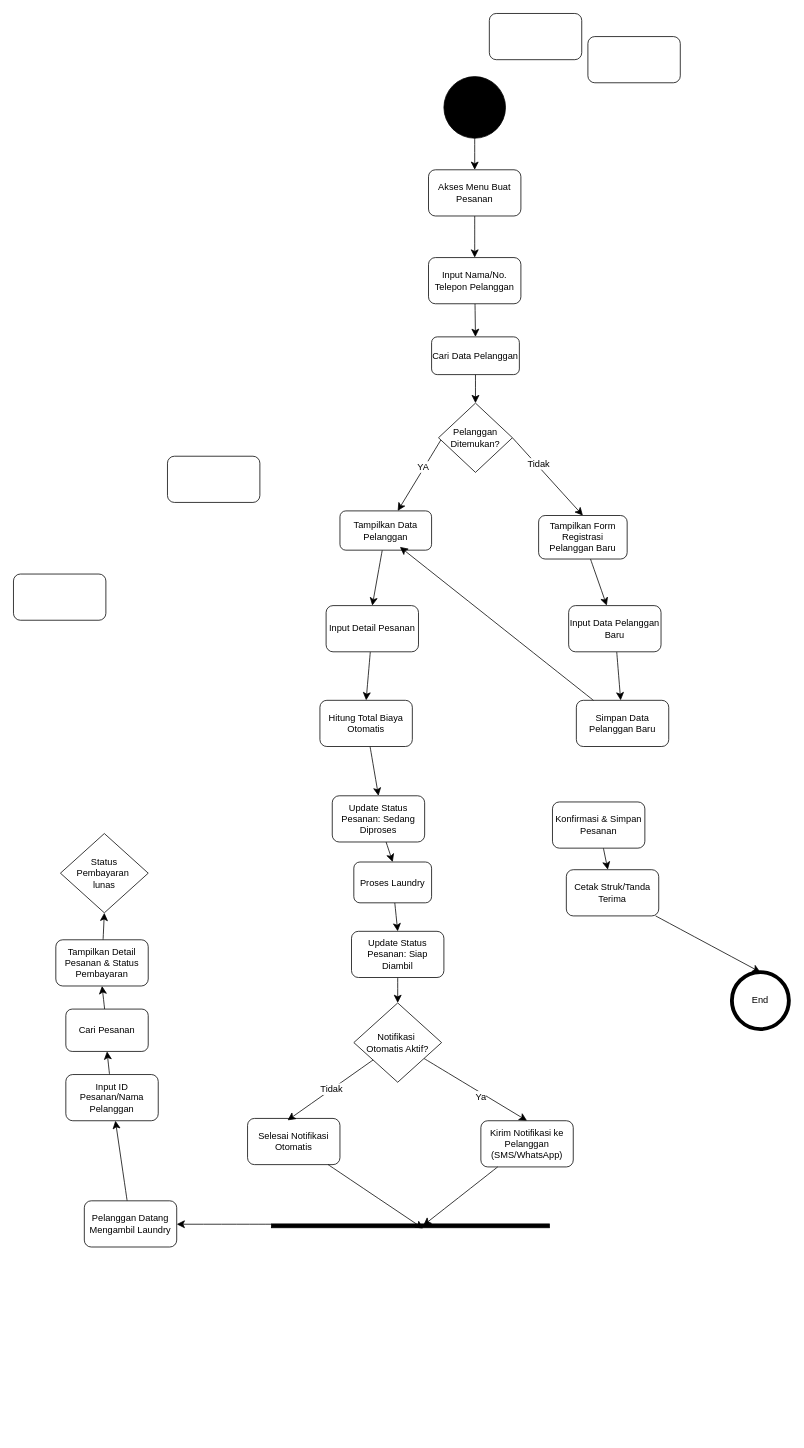
Earlier version of the draw.io diagram Uas SI.drawio (Rizkyhnkw/diagram). Source tidied: cells renumbered, new cells numbered last; positions are measured from the earlier drawing's top-left corner, leaving out a move shared by most shapes. Both pictures are drawn from the tidied source at 77%, with x=0, y=0 at pixel (13, 13).
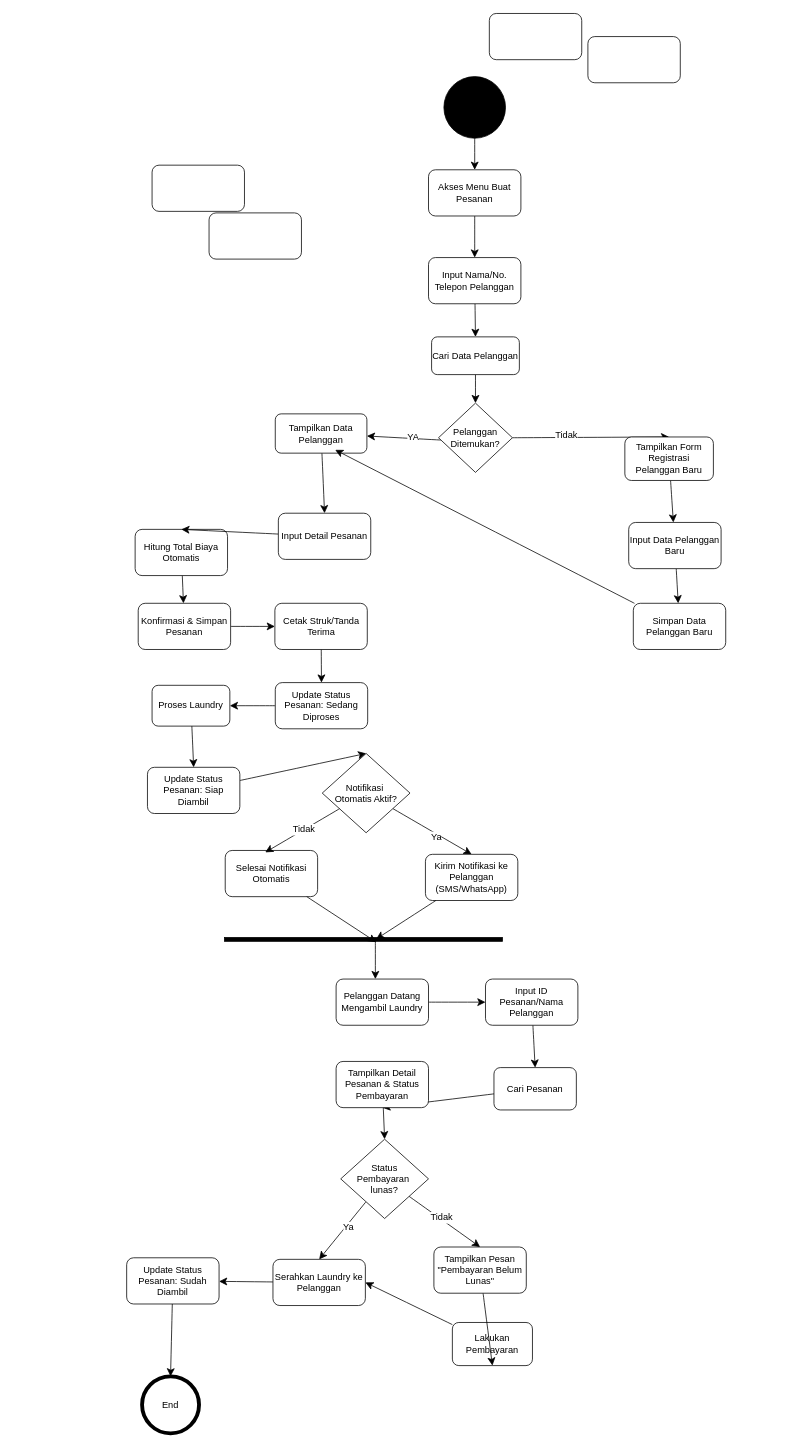
The same diagram, later.

Change to the diagram source:
```diff
@@
-    <mxCell id="4" style="edgeStyle=none;curved=1;rounded=0;jettySize=auto;html=1;entryX=0.5;entryY=0;entryDx=0;entryDy=0;fontSize=12;startSize=8;endSize=8;" parent="1" edge="1" source="5" target="41">
-      <mxGeometry relative="1" as="geometry" />
-    </mxCell>
+    <mxCell id="62" style="edgeStyle=none;curved=1;rounded=0;jettySize=auto;html=1;fontSize=12;startSize=8;endSize=8;" parent="1" edge="1" source="5" target="27">
+      <mxGeometry relative="1" as="geometry" />
+    </mxCell>
     <mxCell id="5" value="Hitung Total Biaya Otomatis" style="rounded=1;whiteSpace=wrap;html=1;" parent="1" vertex="1">
-      <mxGeometry x="398" y="892" width="120" height="60" as="geometry" />
+      <mxGeometry x="158" y="670" width="120" height="60" as="geometry" />
     </mxCell>
@@
     <mxCell id="9" value="Tampilkan Data Pelanggan" style="rounded=1;whiteSpace=wrap;html=1;" parent="1" vertex="1">
-      <mxGeometry x="424" y="646" width="119" height="51" as="geometry" />
+      <mxGeometry x="340" y="520" width="119" height="51" as="geometry" />
     </mxCell>
@@
     <mxCell id="23" value="&lt;div&gt;Notifikasi&amp;nbsp;&lt;/div&gt;&lt;div&gt;Otomatis Aktif?&lt;/div&gt;" style="rhombus;whiteSpace=wrap;html=1;" parent="1" vertex="1">
-      <mxGeometry x="442" y="1285" width="114" height="103" as="geometry" />
+      <mxGeometry x="401" y="961" width="114" height="103" as="geometry" />
     </mxCell>
@@
     <mxCell id="25" value="Tampilkan Form Registrasi Pelanggan Baru" style="rounded=1;whiteSpace=wrap;html=1;" parent="1" vertex="1">
-      <mxGeometry x="682" y="652" width="115" height="56.5" as="geometry" />
+      <mxGeometry x="794" y="550" width="115" height="56.5" as="geometry" />
     </mxCell>
-    <mxCell id="26" style="edgeStyle=none;curved=1;rounded=0;jettySize=auto;html=1;fontSize=12;startSize=8;endSize=8;" parent="1" edge="1" source="27" target="36">
+    <mxCell id="26" style="edgeStyle=none;curved=1;rounded=0;jettySize=auto;html=1;entryX=0;entryY=0.5;entryDx=0;entryDy=0;fontSize=12;startSize=8;endSize=8;" parent="1" edge="1" source="27" target="36">
       <mxGeometry relative="1" as="geometry" />
     </mxCell>
     <mxCell id="27" value=" Konfirmasi &amp;amp; Simpan Pesanan" style="rounded=1;whiteSpace=wrap;html=1;" parent="1" vertex="1">
-      <mxGeometry x="700" y="1024" width="120" height="60" as="geometry" />
+      <mxGeometry x="162" y="766" width="120" height="60" as="geometry" />
     </mxCell>
@@
     <mxCell id="29" value="Input Detail Pesanan" style="rounded=1;whiteSpace=wrap;html=1;" parent="1" vertex="1">
-      <mxGeometry x="406" y="769" width="120" height="60" as="geometry" />
+      <mxGeometry x="344" y="649" width="120" height="60" as="geometry" />
     </mxCell>
     <mxCell id="30" value="Simpan Data Pelanggan Baru" style="rounded=1;whiteSpace=wrap;html=1;" parent="1" vertex="1">
-      <mxGeometry x="731" y="892" width="120" height="60" as="geometry" />
+      <mxGeometry x="805" y="766" width="120" height="60" as="geometry" />
     </mxCell>
@@
     <mxCell id="32" value="Input Data Pelanggan Baru" style="rounded=1;whiteSpace=wrap;html=1;" parent="1" vertex="1">
-      <mxGeometry x="721" y="769" width="120" height="60" as="geometry" />
+      <mxGeometry x="799" y="661" width="120" height="60" as="geometry" />
     </mxCell>
@@
     <mxCell id="34" style="rounded=1;whiteSpace=wrap;html=1;" parent="1" vertex="1">
-      <mxGeometry x="200" y="575" width="120" height="60" as="geometry" />
+      <mxGeometry x="180" y="197" width="120" height="60" as="geometry" />
     </mxCell>
-    <mxCell id="35" style="edgeStyle=none;curved=1;rounded=0;jettySize=auto;html=1;entryX=0.5;entryY=0;entryDx=0;entryDy=0;fontSize=12;startSize=8;endSize=8;" parent="1" edge="1" source="36" target="37">
-      <mxGeometry relative="1" as="geometry" />
-    </mxCell>
+    <mxCell id="63" style="edgeStyle=none;curved=1;rounded=0;jettySize=auto;html=1;entryX=0.5;entryY=0;entryDx=0;entryDy=0;fontSize=12;startSize=8;endSize=8;" parent="1" edge="1" source="36" target="41">
+      <mxGeometry relative="1" as="geometry" />
+    </mxCell>
     <mxCell id="36" value="Cetak Struk/Tanda Terima" style="rounded=1;whiteSpace=wrap;html=1;" parent="1" vertex="1">
-      <mxGeometry x="718" y="1112" width="120" height="60" as="geometry" />
+      <mxGeometry x="339.5" y="766" width="120" height="60" as="geometry" />
     </mxCell>
     <mxCell id="37" value="End" style="shape=ellipse;html=1;dashed=0;whiteSpace=wrap;strokeWidth=5;perimeter=ellipsePerimeter;" parent="1" vertex="1">
-      <mxGeometry x="933" y="1245" width="74" height="74" as="geometry" />
+      <mxGeometry x="167" y="1770" width="74" height="74" as="geometry" />
     </mxCell>
@@
     <mxCell id="39" value="Proses Laundry" style="rounded=1;whiteSpace=wrap;html=1;" parent="1" vertex="1">
-      <mxGeometry x="442" y="1102" width="101" height="53" as="geometry" />
+      <mxGeometry x="180" y="872.5" width="101" height="53" as="geometry" />
     </mxCell>
-    <mxCell id="40" style="edgeStyle=none;curved=1;rounded=0;jettySize=auto;html=1;entryX=0.5;entryY=0;entryDx=0;entryDy=0;fontSize=12;startSize=8;endSize=8;" parent="1" edge="1" source="41" target="39">
+    <mxCell id="40" style="edgeStyle=none;curved=1;rounded=0;jettySize=auto;html=1;entryX=1;entryY=0.5;entryDx=0;entryDy=0;fontSize=12;startSize=8;endSize=8;" parent="1" edge="1" source="41" target="39">
       <mxGeometry relative="1" as="geometry" />
     </mxCell>
     <mxCell id="41" value="Update Status Pesanan: Sedang Diproses" style="rounded=1;whiteSpace=wrap;html=1;" parent="1" vertex="1">
-      <mxGeometry x="414" y="1016" width="120" height="60" as="geometry" />
+      <mxGeometry x="340" y="869" width="120" height="60" as="geometry" />
     </mxCell>
     <mxCell id="42" value="Kirim Notifikasi ke Pelanggan (SMS/WhatsApp)" style="rounded=1;whiteSpace=wrap;html=1;" parent="1" vertex="1">
-      <mxGeometry x="607" y="1438" width="120" height="60" as="geometry" />
+      <mxGeometry x="535" y="1092" width="120" height="60" as="geometry" />
     </mxCell>
     <mxCell id="43" value="Selesai Notifikasi Otomatis" style="rounded=1;whiteSpace=wrap;html=1;" parent="1" vertex="1">
-      <mxGeometry x="304" y="1435" width="120" height="60" as="geometry" />
+      <mxGeometry x="275" y="1087" width="120" height="60" as="geometry" />
     </mxCell>
@@
     <mxCell id="45" value="Cari Pesanan" style="rounded=1;whiteSpace=wrap;html=1;" parent="1" vertex="1">
-      <mxGeometry x="68" y="1293" width="107" height="55" as="geometry" />
+      <mxGeometry x="624" y="1369" width="107" height="55" as="geometry" />
     </mxCell>
@@
     <mxCell id="47" value="Update Status Pesanan: Siap Diambil" style="rounded=1;whiteSpace=wrap;html=1;" parent="1" vertex="1">
-      <mxGeometry x="439" y="1192" width="120" height="60" as="geometry" />
+      <mxGeometry x="174" y="979" width="120" height="60" as="geometry" />
     </mxCell>
@@
     <mxCell id="51" style="html=1;points=[];perimeter=orthogonalPerimeter;fillColor=strokeColor;rotation=90;" parent="1" vertex="1">
-      <mxGeometry x="513" y="1394" width="5" height="361" as="geometry" />
+      <mxGeometry x="452" y="1022" width="5" height="361" as="geometry" />
     </mxCell>
@@
-    <mxCell id="54" style="edgeStyle=none;curved=1;rounded=0;jettySize=auto;html=1;entryX=0.5;entryY=1;entryDx=0;entryDy=0;fontSize=12;startSize=8;endSize=8;" parent="1" edge="1" source="55" target="45">
+    <mxCell id="54" style="edgeStyle=none;curved=1;rounded=0;jettySize=auto;html=1;entryX=0.5;entryY=0;entryDx=0;entryDy=0;fontSize=12;startSize=8;endSize=8;" parent="1" edge="1" source="55" target="45">
       <mxGeometry relative="1" as="geometry" />
     </mxCell>
     <mxCell id="55" value="Input ID Pesanan/Nama Pelanggan" style="rounded=1;whiteSpace=wrap;html=1;" parent="1" vertex="1">
-      <mxGeometry x="68" y="1378" width="120" height="60" as="geometry" />
+      <mxGeometry x="613" y="1254" width="120" height="60" as="geometry" />
     </mxCell>
@@
     <mxCell id="57" value="Pelanggan Datang Mengambil Laundry" style="rounded=1;whiteSpace=wrap;html=1;" parent="1" vertex="1">
-      <mxGeometry x="92" y="1542" width="120" height="60" as="geometry" />
+      <mxGeometry x="419" y="1254" width="120" height="60" as="geometry" />
     </mxCell>
+    <mxCell id="64" style="edgeStyle=none;curved=1;rounded=0;jettySize=auto;html=1;entryX=1;entryY=0.5;entryDx=0;entryDy=0;fontSize=12;startSize=8;endSize=8;" parent="1" edge="1" source="58" target="72">
+      <mxGeometry relative="1" as="geometry" />
+    </mxCell>
-    <mxCell id="58" style="rounded=1;whiteSpace=wrap;html=1;" parent="1" vertex="1">
-      <mxGeometry y="728" width="120" height="60" as="geometry" />
+    <mxCell id="58" value="Lakukan Pembayaran" style="rounded=1;whiteSpace=wrap;html=1;" parent="1" vertex="1">
+      <mxGeometry x="570" y="1700" width="104" height="56" as="geometry" />
     </mxCell>
-    <mxCell id="59" style="edgeStyle=none;curved=1;rounded=0;jettySize=auto;html=1;entryX=0.5;entryY=1;entryDx=0;entryDy=0;fontSize=12;startSize=8;endSize=8;" parent="1" edge="1" source="60" target="61">
+    <mxCell id="59" style="edgeStyle=none;curved=1;rounded=0;jettySize=auto;html=1;entryX=0.5;entryY=0;entryDx=0;entryDy=0;fontSize=12;startSize=8;endSize=8;" parent="1" edge="1" source="60" target="61">
       <mxGeometry relative="1" as="geometry" />
     </mxCell>
     <mxCell id="60" value="Tampilkan Detail Pesanan &amp;amp; Status Pembayaran" style="rounded=1;whiteSpace=wrap;html=1;" parent="1" vertex="1">
-      <mxGeometry x="55" y="1203" width="120" height="60" as="geometry" />
+      <mxGeometry x="419" y="1361" width="120" height="60" as="geometry" />
     </mxCell>
+    <mxCell id="65" style="edgeStyle=none;curved=1;rounded=0;jettySize=auto;html=1;entryX=0.5;entryY=0;entryDx=0;entryDy=0;fontSize=12;startSize=8;endSize=8;" parent="1" edge="1" source="61" target="70">
+      <mxGeometry relative="1" as="geometry" />
+    </mxCell>
+    <mxCell id="66" value="Tidak" style="edgeLabel;html=1;align=center;verticalAlign=middle;fontSize=12;" parent="65" vertex="1">
+      <mxGeometry x="-0.13" y="1" relative="1" as="geometry">
+        <mxPoint x="1" as="offset" />
+      </mxGeometry>
+    </mxCell>
+    <mxCell id="67" style="edgeStyle=none;curved=1;rounded=0;jettySize=auto;html=1;entryX=0.5;entryY=0;entryDx=0;entryDy=0;fontSize=12;startSize=8;endSize=8;" parent="1" edge="1" source="61" target="72">
+      <mxGeometry relative="1" as="geometry" />
+    </mxCell>
+    <mxCell id="68" value="Ya" style="edgeLabel;html=1;align=center;verticalAlign=middle;fontSize=12;" parent="67" vertex="1">
+      <mxGeometry x="-0.17" y="3" relative="1" as="geometry" />
+    </mxCell>
-    <mxCell id="61" value="&lt;div&gt;Status&lt;/div&gt;&lt;div&gt;Pembayaran&amp;nbsp;&lt;/div&gt;&lt;div&gt;lunas&lt;/div&gt;" style="rhombus;whiteSpace=wrap;html=1;" parent="1" vertex="1">
-      <mxGeometry x="61" y="1065" width="114" height="103" as="geometry" />
+    <mxCell id="61" value="&lt;div&gt;Status&lt;/div&gt;&lt;div&gt;Pembayaran&amp;nbsp;&lt;/div&gt;&lt;div&gt;lunas?&lt;/div&gt;" style="rhombus;whiteSpace=wrap;html=1;" parent="1" vertex="1">
+      <mxGeometry x="425" y="1462" width="114" height="103" as="geometry" />
     </mxCell>
+    <mxCell id="69" style="edgeStyle=none;curved=1;rounded=0;jettySize=auto;html=1;entryX=0.5;entryY=1;entryDx=0;entryDy=0;fontSize=12;startSize=8;endSize=8;" parent="1" edge="1" source="70" target="58">
+      <mxGeometry relative="1" as="geometry" />
+    </mxCell>
+    <mxCell id="70" value="Tampilkan Pesan &quot;Pembayaran Belum Lunas&quot;" style="rounded=1;whiteSpace=wrap;html=1;" parent="1" vertex="1">
+      <mxGeometry x="546" y="1602" width="120" height="60" as="geometry" />
+    </mxCell>
+    <mxCell id="71" style="edgeStyle=none;curved=1;rounded=0;jettySize=auto;html=1;fontSize=12;startSize=8;endSize=8;" parent="1" edge="1" source="72" target="75">
+      <mxGeometry relative="1" as="geometry" />
+    </mxCell>
+    <mxCell id="72" value="Serahkan Laundry ke Pelanggan" style="rounded=1;whiteSpace=wrap;html=1;" parent="1" vertex="1">
+      <mxGeometry x="337" y="1618" width="120" height="60" as="geometry" />
+    </mxCell>
+    <mxCell id="73" style="rounded=1;whiteSpace=wrap;html=1;" parent="1" vertex="1">
+      <mxGeometry x="254" y="259" width="120" height="60" as="geometry" />
+    </mxCell>
+    <mxCell id="74" style="edgeStyle=none;curved=1;rounded=0;jettySize=auto;html=1;entryX=0.5;entryY=0;entryDx=0;entryDy=0;fontSize=12;startSize=8;endSize=8;" parent="1" edge="1" source="75" target="37">
+      <mxGeometry relative="1" as="geometry" />
+    </mxCell>
+    <mxCell id="75" value="Update Status Pesanan: Sudah Diambil" style="rounded=1;whiteSpace=wrap;html=1;" parent="1" vertex="1">
+      <mxGeometry x="147" y="1616" width="120" height="60" as="geometry" />
+    </mxCell>
```
